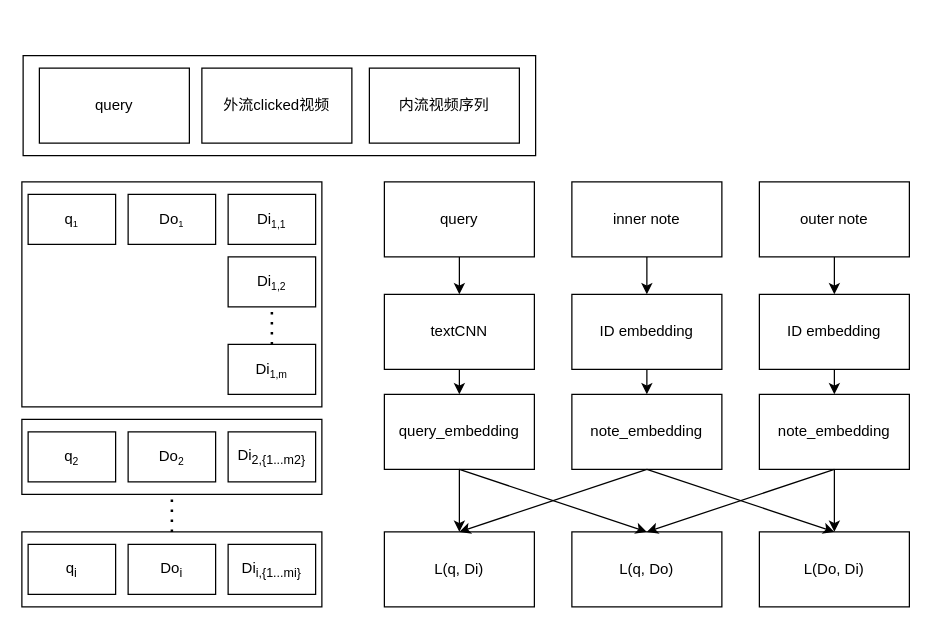
Earlier version of the draw.io diagram list_embedding.drawio (luoshao23/digram). Source tidied: cells renumbered, new cells numbered last; positions are measured from the earlier drawing's top-left corner, leaving out a move shared by most shapes. Both pictures are drawn from the tidied source at 125%, with x=0, y=0 at pixel (21, 55).
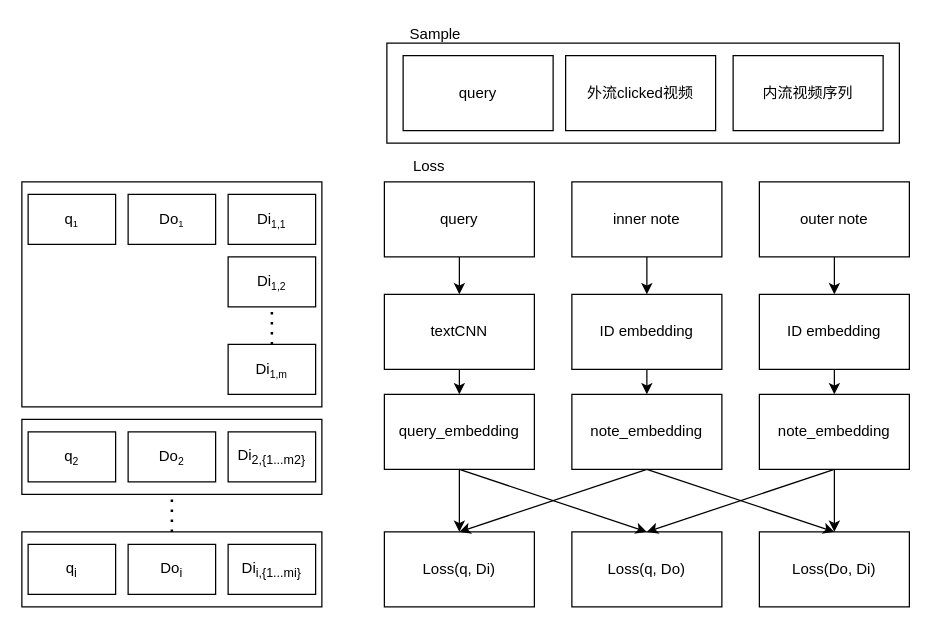
The same diagram, later.

What changed in the source:
```diff
@@
     <mxCell id="2" style="group;" parent="1" vertex="1">
-      <mxGeometry x="1" width="410" height="80" as="geometry" />
+      <mxGeometry x="292" y="-10" width="410" height="80" as="geometry" />
     </mxCell>
@@
-    <mxCell id="33" value="L(q, Di)" style="rounded=0;whiteSpace=wrap;html=1;" parent="1" vertex="1">
+    <mxCell id="33" value="Loss(q, Di)" style="rounded=0;whiteSpace=wrap;html=1;" parent="1" vertex="1">
       <mxGeometry x="290" y="381" width="120" height="60" as="geometry" />
     </mxCell>
@@
-    <mxCell id="46" value="L(q, Do)" style="rounded=0;whiteSpace=wrap;html=1;" parent="1" vertex="1">
+    <mxCell id="46" value="Loss(q, Do)" style="rounded=0;whiteSpace=wrap;html=1;" parent="1" vertex="1">
       <mxGeometry x="440" y="381" width="120" height="60" as="geometry" />
     </mxCell>
-    <mxCell id="47" value="L(Do, Di)" style="rounded=0;whiteSpace=wrap;html=1;" parent="1" vertex="1">
+    <mxCell id="47" value="Loss(Do, Di)" style="rounded=0;whiteSpace=wrap;html=1;" parent="1" vertex="1">
       <mxGeometry x="590" y="381" width="120" height="60" as="geometry" />
     </mxCell>
@@
+    <mxCell id="51" value="Sample" style="text;html=1;strokeColor=none;fillColor=none;align=center;verticalAlign=middle;whiteSpace=wrap;rounded=0;" parent="1" vertex="1">
+      <mxGeometry x="311" y="-27" width="40" height="20" as="geometry" />
+    </mxCell>
+    <mxCell id="52" value="Loss" style="text;html=1;strokeColor=none;fillColor=none;align=center;verticalAlign=middle;whiteSpace=wrap;rounded=0;" parent="1" vertex="1">
+      <mxGeometry x="306" y="79" width="40" height="20" as="geometry" />
+    </mxCell>
```
